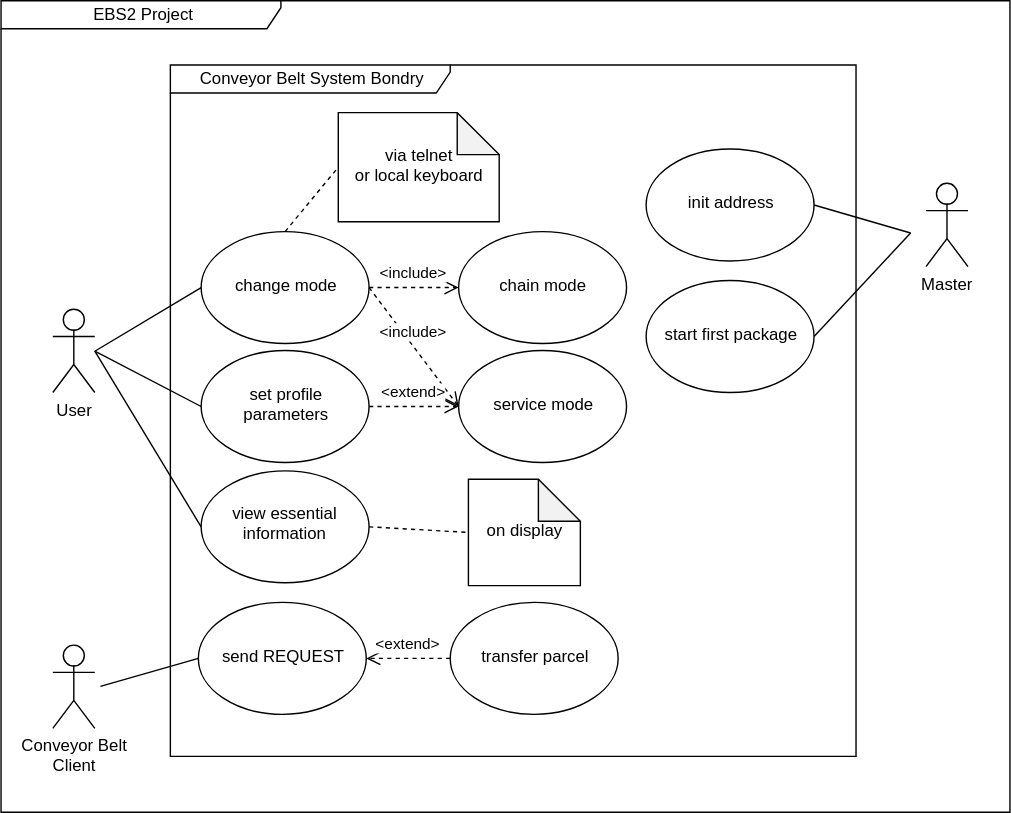
Before: Documentation/UML Diagrams/useCaseDiagram/UseCaseDiagram.svg, a diagram exported from draw.io (nicolai-schwartze/EBS2_Conveyer_Belt). Source tidied: cells renumbered, new cells last; positions are measured from the earlier drawing's top-left corner, leaving out a move shared by most shapes.
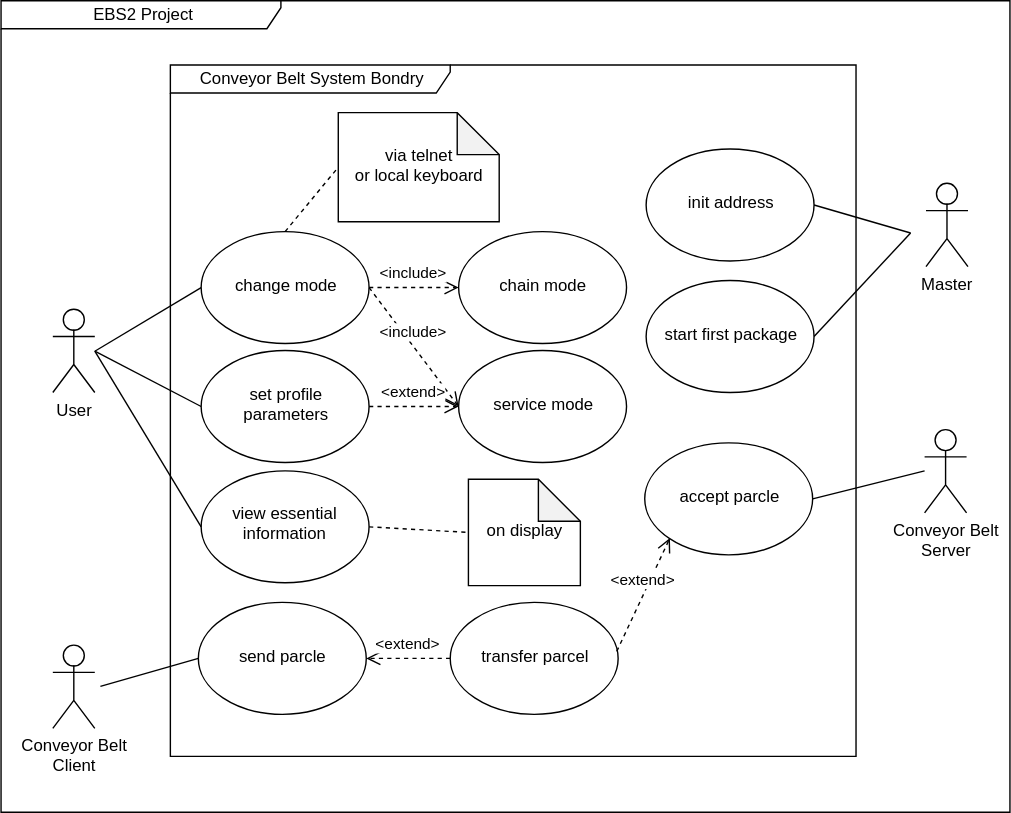
The same diagram one commit later.

Commit message:
modified Use Case Diagram

What changed in the source:
```diff
@@ -49,7 +49,7 @@
         <mxPoint x="67" y="250.5" as="sourcePoint" />
       </mxGeometry>
     </mxCell>
-    <mxCell id="15" value="send REQUEST" style="ellipse;whiteSpace=wrap;html=1;" parent="1" vertex="1">
+    <mxCell id="15" value="send parcle" style="ellipse;whiteSpace=wrap;html=1;" parent="1" vertex="1">
       <mxGeometry x="141" y="430" width="120" height="80" as="geometry" />
     </mxCell>
     <mxCell id="16" style="endArrow=none;html=1;entryX=0;entryY=0.5;entryDx=0;entryDy=0;" parent="1" edge="1" target="15">
@@ -98,5 +98,19 @@
         <mxPoint x="650" y="166" as="targetPoint" />
       </mxGeometry>
     </mxCell>
+    <mxCell id="30" value="Conveyor Belt &lt;br&gt;Server" style="shape=umlActor;verticalLabelPosition=bottom;labelBackgroundColor=#ffffff;verticalAlign=top;html=1;" parent="1" vertex="1">
+      <mxGeometry x="660" y="306" width="30" height="60" as="geometry" />
+    </mxCell>
+    <mxCell id="31" value="accept parcle" style="ellipse;whiteSpace=wrap;html=1;" parent="1" vertex="1">
+      <mxGeometry x="460" y="316" width="120" height="80" as="geometry" />
+    </mxCell>
+    <mxCell id="32" style="endArrow=none;html=1;exitX=1;exitY=0.5;exitDx=0;exitDy=0;" parent="1" edge="1" source="31">
+      <mxGeometry relative="1" as="geometry">
+        <mxPoint x="660" y="336" as="targetPoint" />
+      </mxGeometry>
+    </mxCell>
+    <mxCell id="33" value="&amp;lt;extend&amp;gt;" style="html=1;verticalAlign=bottom;endArrow=open;dashed=1;endSize=8;entryX=0;entryY=1;entryDx=0;entryDy=0;exitX=0.994;exitY=0.443;exitDx=0;exitDy=0;exitPerimeter=0;" parent="1" edge="1" source="17" target="31">
+      <mxGeometry relative="1" as="geometry" />
+    </mxCell>
   </root>
 </mxGraphModel>
```
